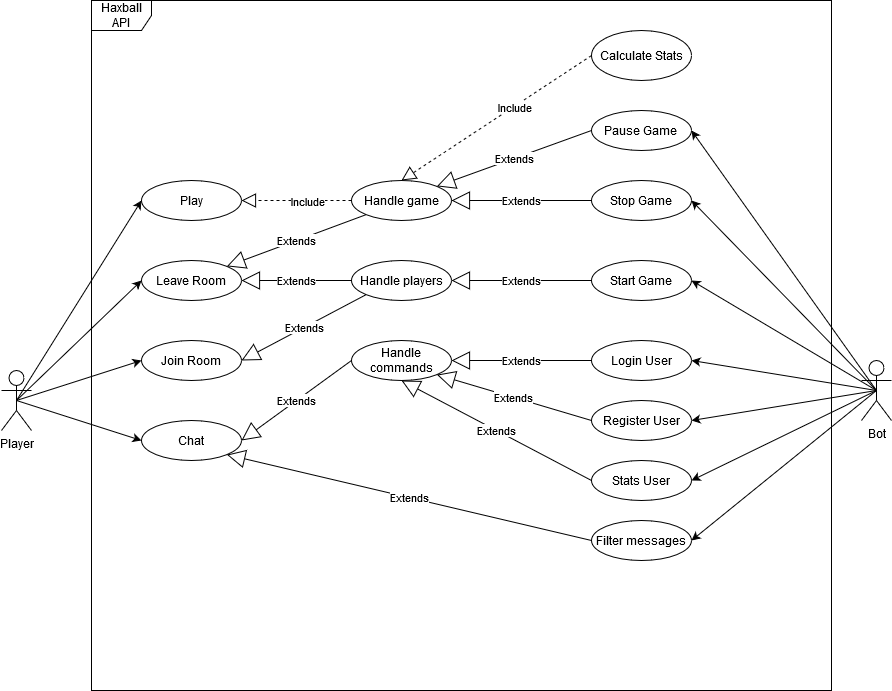
Above: UseDiagram.png in umb-hub/haxballbot (draw.io), before the change. Source tidied: cells renumbered, new cells last; positions are measured from the earlier drawing's top-left corner, leaving out a move shared by most shapes.
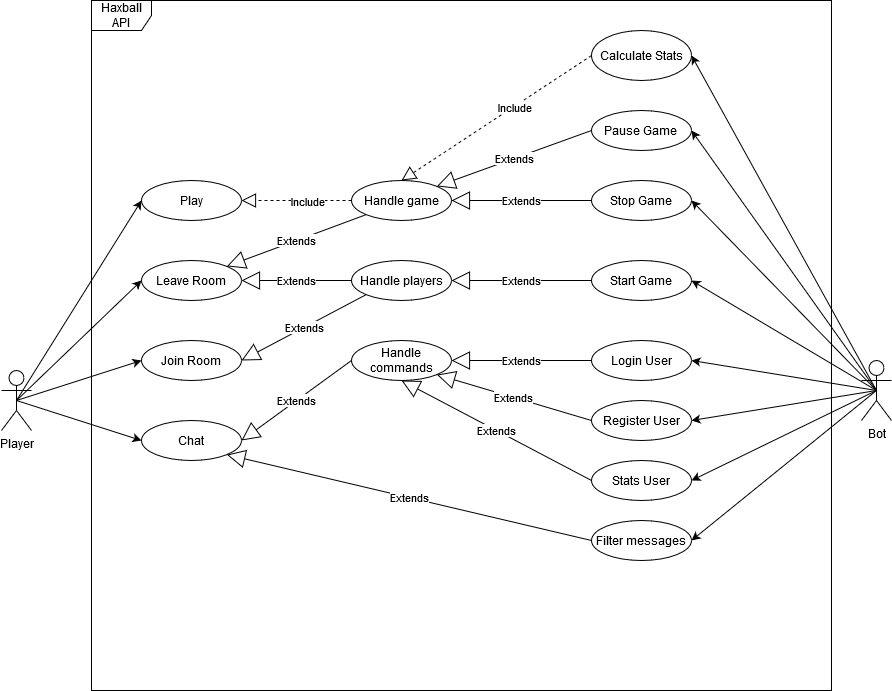
After the change.

Diff of the diagram source:
```diff
@@ -136,5 +136,10 @@
     <mxCell id="45" value="Include" style="edgeLabel;html=1;align=center;verticalAlign=middle;" parent="44" vertex="1">
       <mxGeometry x="-0.18" relative="1" as="geometry" />
     </mxCell>
+    <mxCell id="46" style="endArrow=classic;html=1;exitX=0.5;exitY=0.5;exitDx=0;exitDy=0;exitPerimeter=0;entryX=1;entryY=0.5;entryDx=0;entryDy=0;" parent="1" edge="1" target="43">
+      <mxGeometry relative="1" as="geometry">
+        <mxPoint x="875" y="390" as="sourcePoint" />
+      </mxGeometry>
+    </mxCell>
   </root>
 </mxGraphModel>
```
